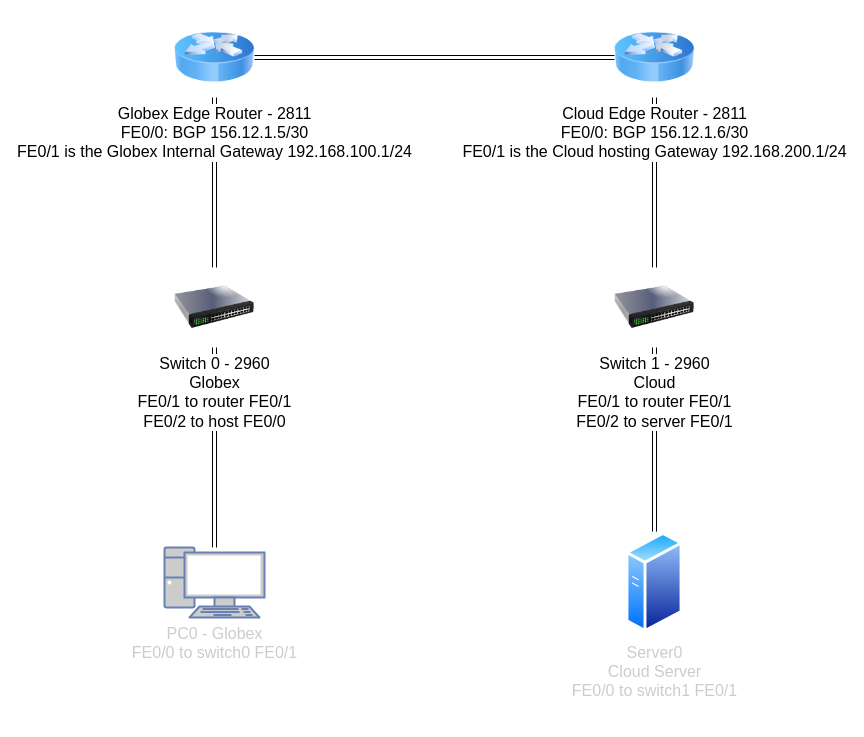
The draw.io diagram 30104.drawio in subtropicalhorseback/opschallenges, before the edit. Source tidied: cells renumbered, new cells numbered last; positions are measured from the earlier drawing's top-left corner, leaving out a move shared by most shapes. Both pictures are drawn from the tidied source at 100%, with x=0, y=0 at pixel (164, 17).
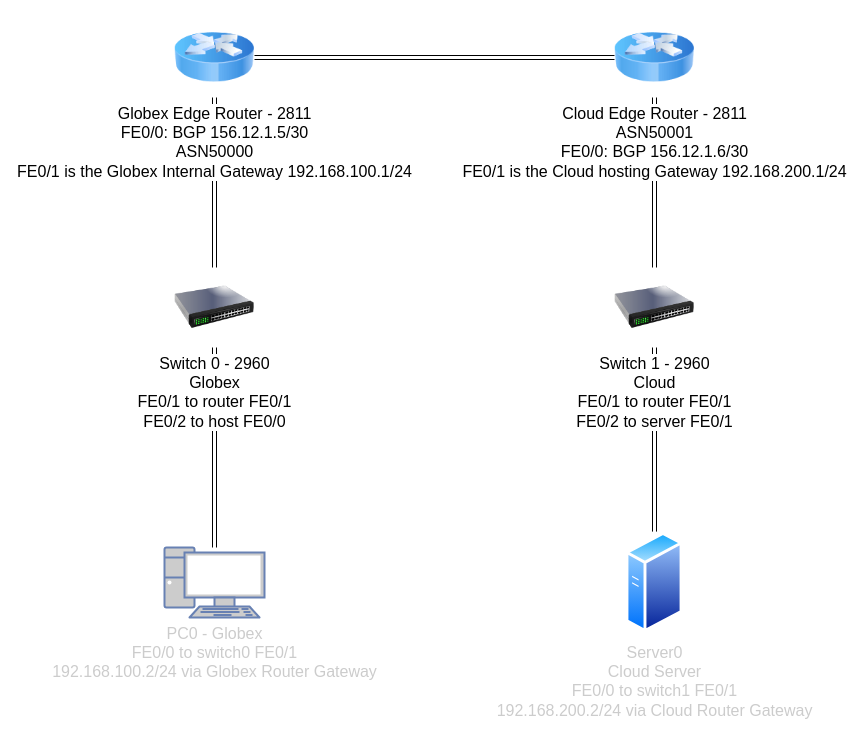
After the change.

Commit message:
finished 301Lab04 topo again

Change to the diagram source:
```diff
@@
 <mxGraphModel>
   <root>
     <mxCell id="0" />
     <mxCell id="1" parent="0" />
     <mxCell id="2" style="edgeStyle=none;shape=link;html=1;entryX=0;entryY=0.5;entryDx=0;entryDy=0;" parent="1" edge="1" source="4" target="6">
       <mxGeometry relative="1" as="geometry" />
     </mxCell>
     <mxCell id="3" style="edgeStyle=none;shape=link;html=1;exitX=0.5;exitY=1;exitDx=0;exitDy=0;fontSize=16;" parent="1" edge="1" source="4" target="8">
       <mxGeometry relative="1" as="geometry" />
     </mxCell>
-    <mxCell id="4" value="&lt;font style=&quot;font-size: 16px;&quot;&gt;Globex Edge Router - 2811&lt;br&gt;FE0/0: BGP 156.12.1.5/30&lt;br&gt;FE0/1 is the Globex Internal Gateway 192.168.100.1/24&lt;/font&gt;" style="image;html=1;image=img/lib/clip_art/networking/Router_Icon_128x128.png;" parent="1" vertex="1">
+    <mxCell id="4" value="&lt;font style=&quot;font-size: 16px;&quot;&gt;Globex Edge Router - 2811&lt;br&gt;FE0/0: BGP 156.12.1.5/30&lt;br&gt;ASN50000&lt;br&gt;FE0/1 is the Globex Internal Gateway 192.168.100.1/24&lt;/font&gt;" style="image;html=1;image=img/lib/clip_art/networking/Router_Icon_128x128.png;" parent="1" vertex="1">
       <mxGeometry x="10" width="80" height="80" as="geometry" />
     </mxCell>
     <mxCell id="5" style="edgeStyle=none;shape=link;html=1;fontSize=16;" parent="1" edge="1" source="6" target="10">
       <mxGeometry relative="1" as="geometry" />
     </mxCell>
-    <mxCell id="6" value="&lt;font style=&quot;font-size: 16px;&quot;&gt;Cloud Edge Router - 2811&lt;br&gt;FE0/0: BGP 156.12.1.6/30&lt;br&gt;FE0/1 is the Cloud hosting Gateway 192.168.200.1/24&lt;br&gt;&lt;/font&gt;" style="image;html=1;image=img/lib/clip_art/networking/Router_Icon_128x128.png;" parent="1" vertex="1">
+    <mxCell id="6" value="&lt;font style=&quot;font-size: 16px;&quot;&gt;Cloud Edge Router - 2811&lt;br&gt;ASN50001&lt;br&gt;FE0/0: BGP 156.12.1.6/30&lt;br&gt;FE0/1 is the Cloud hosting Gateway 192.168.200.1/24&lt;br&gt;&lt;/font&gt;" style="image;html=1;image=img/lib/clip_art/networking/Router_Icon_128x128.png;" parent="1" vertex="1">
       <mxGeometry x="450" width="80" height="80" as="geometry" />
     </mxCell>
     <mxCell id="7" style="edgeStyle=none;shape=link;html=1;fontSize=16;fontColor=#CCCCCC;" parent="1" edge="1" source="8" target="11">
       <mxGeometry relative="1" as="geometry" />
     </mxCell>
     <mxCell id="8" value="Switch 0 - 2960&lt;br&gt;Globex&lt;br&gt;FE0/1 to router FE0/1&lt;br&gt;FE0/2 to host FE0/0" style="image;html=1;image=img/lib/clip_art/networking/Switch_128x128.png;fontSize=16;" parent="1" vertex="1">
       <mxGeometry x="10" y="250" width="80" height="80" as="geometry" />
     </mxCell>
     <mxCell id="9" style="edgeStyle=none;shape=link;html=1;fontSize=16;fontColor=#CCCCCC;" parent="1" edge="1" source="10" target="12">
       <mxGeometry relative="1" as="geometry" />
     </mxCell>
     <mxCell id="10" value="Switch 1 - 2960&lt;br&gt;Cloud&lt;br&gt;FE0/1 to router FE0/1&lt;br&gt;FE0/2 to server FE0/1" style="image;html=1;image=img/lib/clip_art/networking/Switch_128x128.png;fontSize=16;" parent="1" vertex="1">
       <mxGeometry x="450" y="250" width="80" height="80" as="geometry" />
     </mxCell>
-    <mxCell id="11" value="&lt;font color=&quot;#cccccc&quot;&gt;PC0 - Globex&lt;br&gt;FE0/0 to switch0 FE0/1&lt;br&gt;&lt;/font&gt;" style="fontColor=#0066CC;verticalAlign=top;verticalLabelPosition=bottom;labelPosition=center;align=center;html=1;outlineConnect=0;fillColor=#CCCCCC;strokeColor=#6881B3;gradientColor=none;gradientDirection=north;strokeWidth=2;shape=mxgraph.networks.pc;fontSize=16;" parent="1" vertex="1">
+    <mxCell id="11" value="&lt;font color=&quot;#cccccc&quot;&gt;PC0 - Globex&lt;br&gt;FE0/0 to switch0 FE0/1&lt;br&gt;192.168.100.2/24 via Globex Router Gateway&lt;br&gt;&lt;/font&gt;" style="fontColor=#0066CC;verticalAlign=top;verticalLabelPosition=bottom;labelPosition=center;align=center;html=1;outlineConnect=0;fillColor=#CCCCCC;strokeColor=#6881B3;gradientColor=none;gradientDirection=north;strokeWidth=2;shape=mxgraph.networks.pc;fontSize=16;" parent="1" vertex="1">
       <mxGeometry y="530" width="100" height="70" as="geometry" />
     </mxCell>
-    <mxCell id="12" value="Server0&lt;br&gt;Cloud Server&lt;br&gt;FE0/0 to switch1 FE0/1" style="perimeter=ellipsePerimeter;html=1;align=center;shadow=0;dashed=0;spacingTop=3;image;image=img/lib/active_directory/generic_server.svg;fontSize=16;fontColor=#CCCCCC;" parent="1" vertex="1">
+    <mxCell id="12" value="Server0&lt;br&gt;Cloud Server&lt;br&gt;FE0/0 to switch1 FE0/1&lt;br&gt;192.168.200.2/24 via Cloud Router Gateway" style="perimeter=ellipsePerimeter;html=1;align=center;shadow=0;dashed=0;spacingTop=3;image;image=img/lib/active_directory/generic_server.svg;fontSize=16;fontColor=#CCCCCC;" parent="1" vertex="1">
       <mxGeometry x="461.5" y="514.1" width="57" height="101.8" as="geometry" />
     </mxCell>
   </root>
 </mxGraphModel>
```
